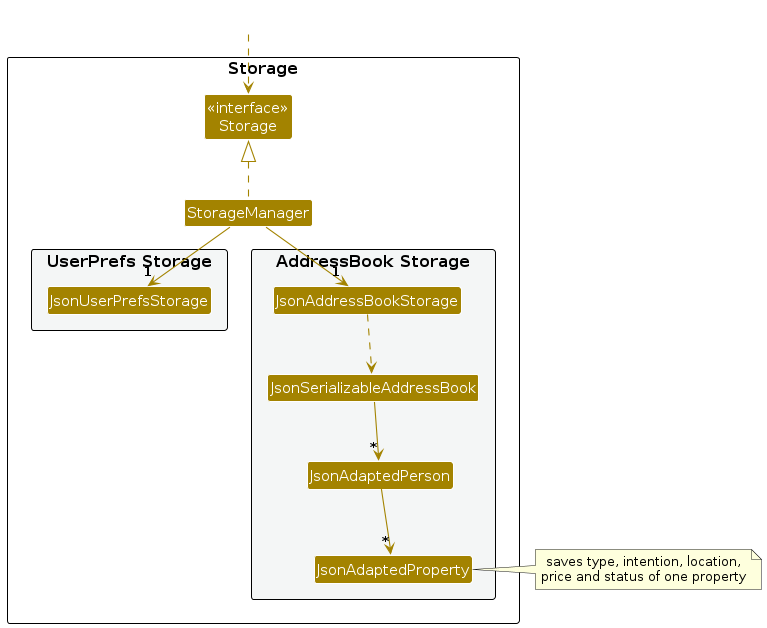
Earlier version of the PlantUML export diagrams/StorageClassDiagram.png (AY2627S1-CS2103T-W11-4/tp). Its source is kept beside it as diagrams/StorageClassDiagram.puml.
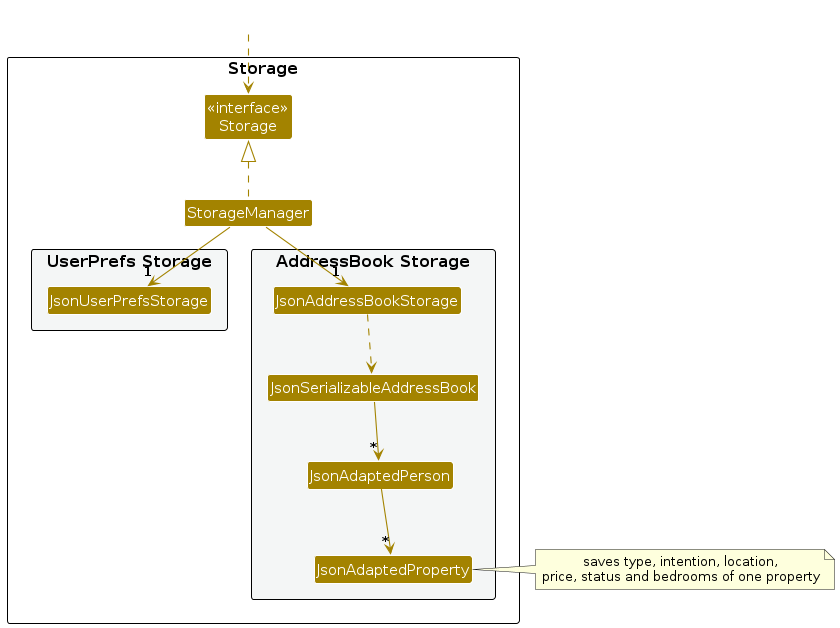
After the commit.

What changed in the source:
```diff
@@ -32,6 +32,6 @@
 JsonAddressBookStorage ..> JsonSerializableAddressBook
 JsonSerializableAddressBook --> "*" JsonAdaptedPerson
 JsonAdaptedPerson --> "*" JsonAdaptedProperty
-note right of JsonAdaptedProperty: saves type, intention, location,\nprice and status of one property
+note right of JsonAdaptedProperty: saves type, intention, location,\nprice, status and bedrooms of one property
 
 @enduml
```
